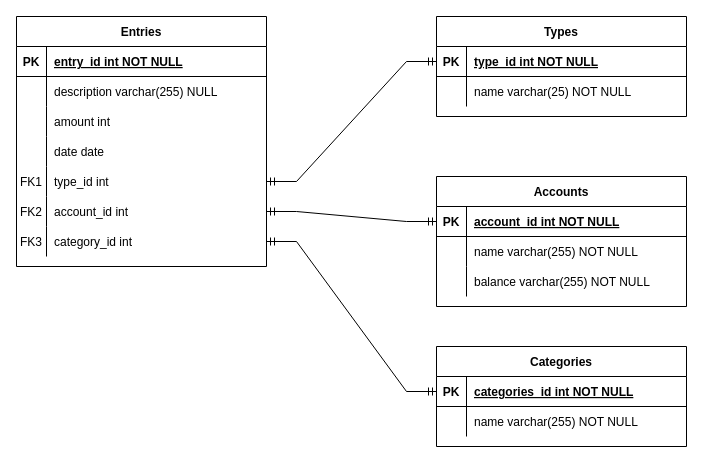
The draw.io diagram docs/database.drawio in sgq995/wallet, before the edit. Source tidied: cells renumbered, new cells numbered last; positions are measured from the earlier drawing's top-left corner, leaving out a move shared by most shapes. Both pictures are drawn from the tidied source at 100%, with x=0, y=0 at pixel (16, 16).
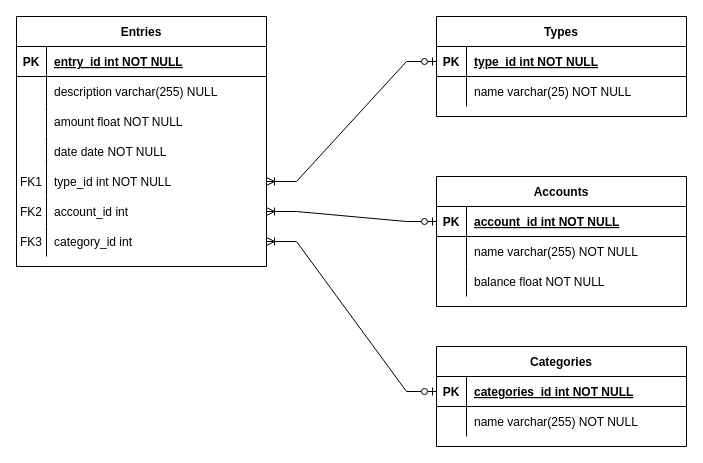
Above is the later version.

Commit message:
[CHORE] Database diagram

The change refers to these unchanged cells:
```xml
<mxCell id="3" style="shape=partialRectangle;fillColor=none;points=[[0,0.5],[1,0.5]];portConstraint=eastwest;top=0;left=0;right=0;bottom=1;" parent="2" vertex="1">
  <mxGeometry y="30" width="250" height="30" as="geometry" />
</mxCell>
<mxCell id="16" style="shape=partialRectangle;fillColor=none;top=0;left=0;right=0;bottom=0;" parent="9" vertex="1">
  <mxGeometry y="90" width="250" height="30" as="geometry" />
</mxCell>
<mxCell id="19" style="shape=partialRectangle;fillColor=none;top=0;left=0;right=0;bottom=0;" parent="9" vertex="1">
  <mxGeometry y="120" width="250" height="30" as="geometry" />
</mxCell>
<mxCell id="22" style="shape=partialRectangle;fillColor=none;points=[[0,0.5],[1,0.5]];portConstraint=eastwest;top=0;left=0;right=0;bottom=0;" parent="9" vertex="1">
  <mxGeometry y="150" width="250" height="30" as="geometry" />
</mxCell>
<mxCell id="25" style="shape=partialRectangle;fillColor=none;points=[[0,0.5],[1,0.5]];portConstraint=eastwest;top=0;left=0;right=0;bottom=0;" parent="9" vertex="1">
  <mxGeometry y="180" width="250" height="30" as="geometry" />
</mxCell>
<mxCell id="28" style="shape=partialRectangle;fillColor=none;points=[[0,0.5],[1,0.5]];portConstraint=eastwest;top=0;left=0;right=0;bottom=0;" parent="9" vertex="1">
  <mxGeometry y="210" width="250" height="30" as="geometry" />
</mxCell>
<mxCell id="33" style="shape=partialRectangle;fillColor=none;points=[[0,0.5],[1,0.5]];portConstraint=eastwest;top=0;left=0;right=0;bottom=1;" parent="32" vertex="1">
  <mxGeometry y="30" width="250" height="30" as="geometry" />
</mxCell>
<mxCell id="39" style="shape=partialRectangle;fillColor=none;top=0;left=0;right=0;bottom=0;" parent="32" vertex="1">
  <mxGeometry y="90" width="250" height="30" as="geometry" />
</mxCell>
<mxCell id="44" style="shape=partialRectangle;fillColor=none;points=[[0,0.5],[1,0.5]];portConstraint=eastwest;top=0;left=0;right=0;bottom=1;" parent="43" vertex="1">
  <mxGeometry y="30" width="250" height="30" as="geometry" />
</mxCell>
```

What changed in the source:
```diff
@@
-    <mxCell id="18" value="amount int" style="shape=partialRectangle;overflow=hidden;fillColor=none;top=0;left=0;bottom=0;right=0;align=left;spacingLeft=6;" parent="16" vertex="1">
+    <mxCell id="18" value="amount float NOT NULL" style="shape=partialRectangle;overflow=hidden;fillColor=none;top=0;left=0;bottom=0;right=0;align=left;spacingLeft=6;" parent="16" vertex="1">
       <mxGeometry x="30" width="220" height="30" as="geometry" />
     </mxCell>
@@
-    <mxCell id="21" value="date date" style="shape=partialRectangle;overflow=hidden;fillColor=none;top=0;left=0;bottom=0;right=0;align=left;spacingLeft=6;" parent="19" vertex="1">
+    <mxCell id="21" value="date date NOT NULL" style="shape=partialRectangle;overflow=hidden;fillColor=none;top=0;left=0;bottom=0;right=0;align=left;spacingLeft=6;" parent="19" vertex="1">
       <mxGeometry x="30" width="220" height="30" as="geometry" />
     </mxCell>
@@
-    <mxCell id="24" value="type_id int" style="shape=partialRectangle;overflow=hidden;fillColor=none;top=0;left=0;bottom=0;right=0;align=left;spacingLeft=6;" parent="22" vertex="1">
+    <mxCell id="24" value="type_id int NOT NULL" style="shape=partialRectangle;overflow=hidden;fillColor=none;top=0;left=0;bottom=0;right=0;align=left;spacingLeft=6;" parent="22" vertex="1">
       <mxGeometry x="30" width="220" height="30" as="geometry" />
     </mxCell>
@@
-    <mxCell id="31" style="edgeStyle=entityRelationEdgeStyle;fontSize=12;html=1;endArrow=ERmandOne;startArrow=ERmandOne;rounded=0;" parent="1" edge="1" source="22" target="3">
-      <mxGeometry relative="1" as="geometry" />
-    </mxCell>
@@
-    <mxCell id="41" value="balance varchar(255) NOT NULL" style="shape=partialRectangle;overflow=hidden;fillColor=none;top=0;left=0;bottom=0;right=0;align=left;spacingLeft=6;" parent="39" vertex="1">
+    <mxCell id="41" value="balance float NOT NULL" style="shape=partialRectangle;overflow=hidden;fillColor=none;top=0;left=0;bottom=0;right=0;align=left;spacingLeft=6;" parent="39" vertex="1">
       <mxGeometry x="30" width="220" height="30" as="geometry" />
     </mxCell>
-    <mxCell id="42" style="edgeStyle=entityRelationEdgeStyle;fontSize=12;html=1;endArrow=ERmandOne;startArrow=ERmandOne;rounded=0;" parent="1" edge="1" source="25" target="33">
-      <mxGeometry relative="1" as="geometry" />
-    </mxCell>
@@
-    <mxCell id="50" style="edgeStyle=entityRelationEdgeStyle;fontSize=12;html=1;endArrow=ERmandOne;startArrow=ERmandOne;rounded=0;" parent="1" edge="1" source="28" target="44">
-      <mxGeometry relative="1" as="geometry" />
-    </mxCell>
+    <mxCell id="51" style="edgeStyle=entityRelationEdgeStyle;fontSize=12;html=1;endArrow=ERoneToMany;startArrow=ERzeroToOne;rounded=0;" parent="1" edge="1" source="33" target="25">
+      <mxGeometry relative="1" as="geometry" />
+    </mxCell>
+    <mxCell id="52" style="edgeStyle=entityRelationEdgeStyle;fontSize=12;html=1;endArrow=ERoneToMany;startArrow=ERzeroToOne;rounded=0;" parent="1" edge="1" source="44" target="28">
+      <mxGeometry relative="1" as="geometry" />
+    </mxCell>
+    <mxCell id="53" style="edgeStyle=entityRelationEdgeStyle;fontSize=12;html=1;endArrow=ERoneToMany;startArrow=ERzeroToOne;rounded=0;" parent="1" edge="1" source="3" target="22">
+      <mxGeometry relative="1" as="geometry" />
+    </mxCell>
```
